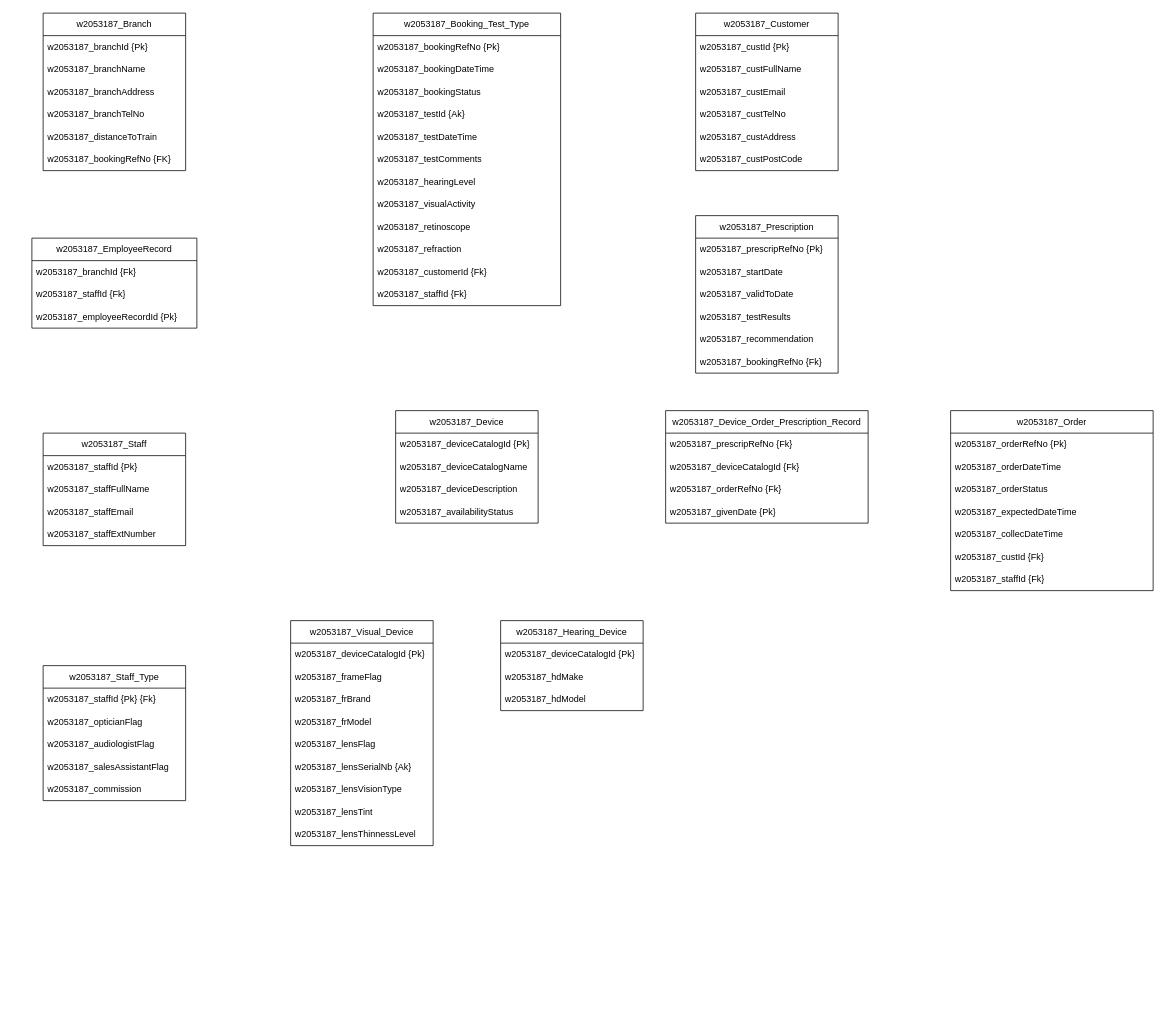
Earlier version of the draw.io diagram Part - II.drawio (ShenalSen/24_5COSC020_CWK). Source tidied: cells renumbered, new cells numbered last; positions are measured from the earlier drawing's top-left corner, leaving out a move shared by most shapes. Both pictures are drawn from the tidied source at 75%, with x=0, y=0 at pixel (32, 13).
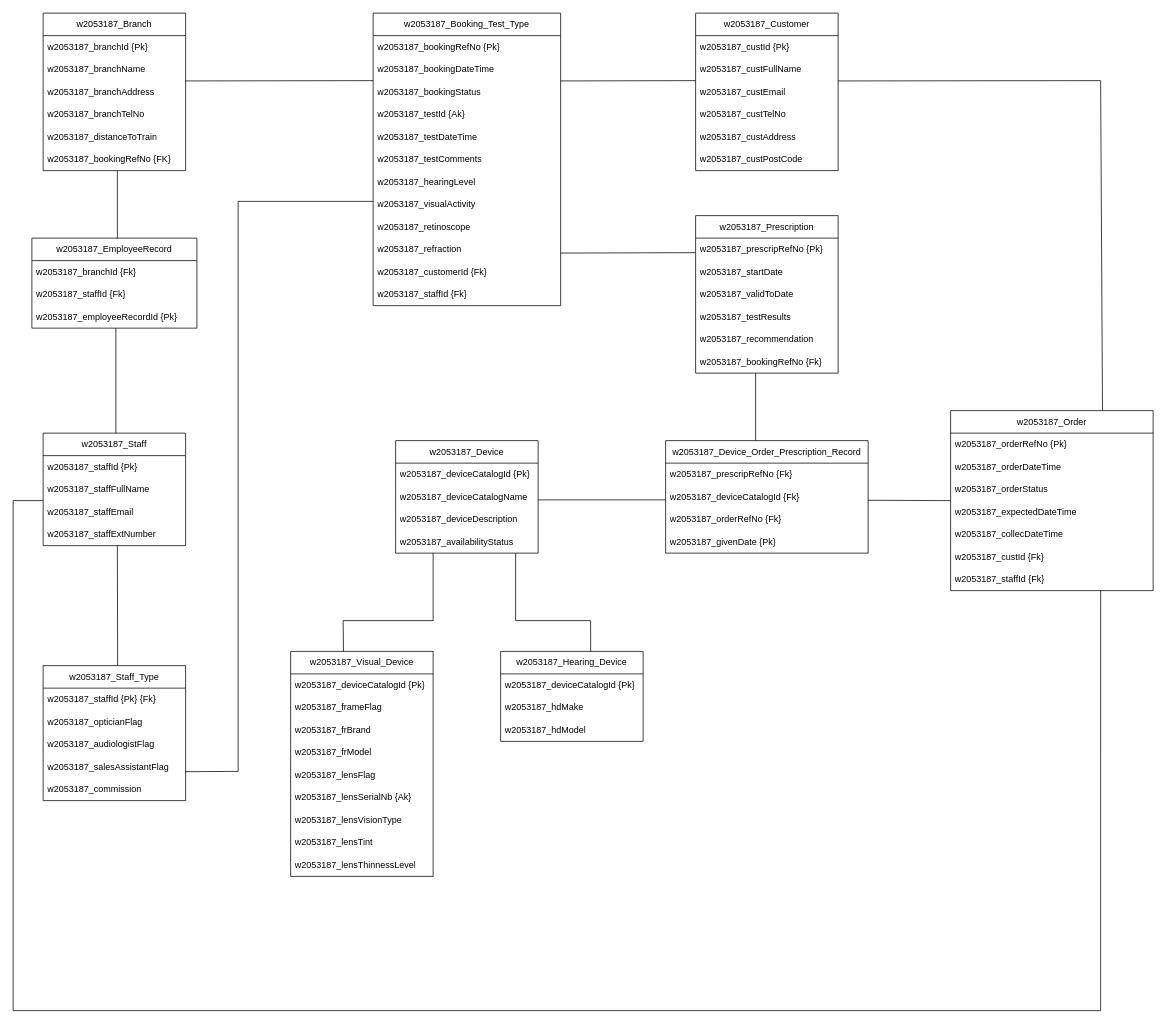
Above is the later version.

Unchanged cells that the change refers to:
```xml
<mxCell id="16" value="w2053187_staffEmail" style="text;strokeColor=none;fillColor=none;align=left;verticalAlign=middle;spacingLeft=4;spacingRight=4;overflow=hidden;points=[[0,0.5],[1,0.5]];portConstraint=eastwest;whiteSpace=wrap;html=1;" parent="13" vertex="1">
  <mxGeometry y="90" width="190" height="30" as="geometry" />
</mxCell>
<mxCell id="17" value="w2053187_staffExtNumber" style="text;strokeColor=none;fillColor=none;align=left;verticalAlign=middle;spacingLeft=4;spacingRight=4;overflow=hidden;points=[[0,0.5],[1,0.5]];portConstraint=eastwest;whiteSpace=wrap;html=1;" parent="13" vertex="1">
  <mxGeometry y="120" width="190" height="30" as="geometry" />
</mxCell>
<mxCell id="18" value="w2053187_Staff_Type" style="swimlane;fontStyle=0;horizontal=1;startSize=30;whiteSpace=wrap;html=1;" parent="1" vertex="1">
  <mxGeometry x="15" y="870" width="190" height="180" as="geometry" />
</mxCell>
<mxCell id="34" value="w2053187_refraction" style="text;strokeColor=none;fillColor=none;align=left;verticalAlign=middle;spacingLeft=4;spacingRight=4;overflow=hidden;points=[[0,0.5],[1,0.5]];portConstraint=eastwest;whiteSpace=wrap;html=1;" parent="24" vertex="1">
  <mxGeometry y="300" width="250" height="30" as="geometry" />
</mxCell>
<mxCell id="57" value="w2053187_prescripRefNo {Pk}" style="text;strokeColor=none;fillColor=none;align=left;verticalAlign=middle;spacingLeft=4;spacingRight=4;overflow=hidden;points=[[0,0.5],[1,0.5]];portConstraint=eastwest;whiteSpace=wrap;html=1;" parent="56" vertex="1">
  <mxGeometry y="30" width="190" height="30" as="geometry" />
</mxCell>
<mxCell id="68" value="w2053187_Order" style="swimlane;fontStyle=0;horizontal=1;startSize=30;whiteSpace=wrap;html=1;" parent="1" vertex="1">
  <mxGeometry x="1225" y="530" width="270" height="240" as="geometry" />
</mxCell>
<mxCell id="72" value="w2053187_expectedDateTime" style="text;strokeColor=none;fillColor=none;align=left;verticalAlign=middle;spacingLeft=4;spacingRight=4;overflow=hidden;points=[[0,0.5],[1,0.5]];portConstraint=eastwest;whiteSpace=wrap;html=1;" parent="68" vertex="1">
  <mxGeometry y="120" width="270" height="30" as="geometry" />
</mxCell>
<mxCell id="75" value="w2053187_staffId {Fk}" style="text;strokeColor=none;fillColor=none;align=left;verticalAlign=middle;spacingLeft=4;spacingRight=4;overflow=hidden;points=[[0,0.5],[1,0.5]];portConstraint=eastwest;whiteSpace=wrap;html=1;" parent="68" vertex="1">
  <mxGeometry y="210" width="270" height="30" as="geometry" />
</mxCell>
```

Diff of the diagram source:
```diff
@@
     <mxCell id="37" value="w2053187_Device" style="swimlane;fontStyle=0;horizontal=1;startSize=30;whiteSpace=wrap;html=1;" parent="1" vertex="1">
-      <mxGeometry x="485" y="530" width="190" height="150" as="geometry" />
+      <mxGeometry x="485" y="570" width="190" height="150" as="geometry" />
     </mxCell>
@@
     <mxCell id="42" value="w2053187_Visual_Device" style="swimlane;fontStyle=0;horizontal=1;startSize=30;whiteSpace=wrap;html=1;" parent="1" vertex="1">
-      <mxGeometry x="345" y="810" width="190" height="300" as="geometry" />
+      <mxGeometry x="345" y="851" width="190" height="300" as="geometry" />
     </mxCell>
@@
+    <mxCell id="83" style="endArrow=none;html=1;rounded=0;" parent="42" edge="1">
+      <mxGeometry relative="1" as="geometry">
+        <mxPoint x="-140" y="160.4" as="sourcePoint" />
+        <mxPoint x="110" y="-600" as="targetPoint" />
+        <Array as="points">
+          <mxPoint x="-70" y="160" />
+          <mxPoint x="-70" y="-600" />
+        </Array>
+      </mxGeometry>
+    </mxCell>
@@
     <mxCell id="52" value="w2053187_Hearing_Device" style="swimlane;fontStyle=0;horizontal=1;startSize=30;whiteSpace=wrap;html=1;" parent="1" vertex="1">
-      <mxGeometry x="625" y="810" width="190" height="120" as="geometry" />
+      <mxGeometry x="625" y="851" width="190" height="120" as="geometry" />
     </mxCell>
@@
     <mxCell id="63" value="w2053187_Device_Order_Prescription_Record" style="swimlane;fontStyle=0;horizontal=1;startSize=30;whiteSpace=wrap;html=1;" parent="1" vertex="1">
-      <mxGeometry x="845" y="530" width="270" height="150" as="geometry" />
+      <mxGeometry x="845" y="570" width="270" height="150" as="geometry" />
     </mxCell>
@@
+    <mxCell id="84" style="endArrow=none;html=1;rounded=0;exitX=1;exitY=0.5;exitDx=0;exitDy=0;entryX=0;entryY=0;entryDx=0;entryDy=0;entryPerimeter=0;" parent="68" edge="1" target="72">
+      <mxGeometry relative="1" as="geometry">
+        <mxPoint x="-110" y="119.5" as="sourcePoint" />
+      </mxGeometry>
+    </mxCell>
@@
+    <mxCell id="85" style="endArrow=none;html=1;rounded=0;exitX=0.5;exitY=0;exitDx=0;exitDy=0;entryX=0.5;entryY=1;entryDx=0;entryDy=0;entryPerimeter=0;" parent="1" edge="1">
+      <mxGeometry relative="1" as="geometry">
+        <mxPoint x="114" y="300" as="sourcePoint" />
+        <mxPoint x="114" y="210" as="targetPoint" />
+      </mxGeometry>
+    </mxCell>
+    <mxCell id="86" style="endArrow=none;html=1;rounded=0;entryX=0.5;entryY=1;entryDx=0;entryDy=0;entryPerimeter=0;" parent="1" edge="1">
+      <mxGeometry relative="1" as="geometry">
+        <mxPoint x="112" y="560" as="sourcePoint" />
+        <mxPoint x="112" y="420" as="targetPoint" />
+      </mxGeometry>
+    </mxCell>
+    <mxCell id="87" style="endArrow=none;html=1;rounded=0;entryX=0.521;entryY=1.009;entryDx=0;entryDy=0;entryPerimeter=0;exitX=0.523;exitY=-0.001;exitDx=0;exitDy=0;exitPerimeter=0;" parent="1" edge="1" source="18" target="17">
+      <mxGeometry relative="1" as="geometry" />
+    </mxCell>
+    <mxCell id="88" style="endArrow=none;html=1;rounded=0;" parent="1" edge="1">
+      <mxGeometry relative="1" as="geometry">
+        <mxPoint x="205" y="90.4" as="sourcePoint" />
+        <mxPoint x="455" y="90" as="targetPoint" />
+      </mxGeometry>
+    </mxCell>
+    <mxCell id="89" style="endArrow=none;html=1;rounded=0;" parent="1" edge="1">
+      <mxGeometry relative="1" as="geometry">
+        <mxPoint x="705" y="90.4" as="sourcePoint" />
+        <mxPoint x="885" y="90" as="targetPoint" />
+      </mxGeometry>
+    </mxCell>
+    <mxCell id="90" style="endArrow=none;html=1;rounded=0;entryX=-0.001;entryY=0.646;entryDx=0;entryDy=0;entryPerimeter=0;exitX=1.001;exitY=0.665;exitDx=0;exitDy=0;exitPerimeter=0;" parent="1" edge="1" source="34" target="57">
+      <mxGeometry relative="1" as="geometry" />
+    </mxCell>
+    <mxCell id="91" style="endArrow=none;html=1;rounded=0;exitX=1;exitY=0.5;exitDx=0;exitDy=0;entryX=0;entryY=0.5;entryDx=0;entryDy=0;" parent="1" edge="1">
+      <mxGeometry relative="1" as="geometry">
+        <mxPoint x="675" y="649" as="sourcePoint" />
+        <mxPoint x="845" y="649" as="targetPoint" />
+      </mxGeometry>
+    </mxCell>
+    <mxCell id="92" style="endArrow=none;html=1;rounded=0;entryX=0.521;entryY=1.009;entryDx=0;entryDy=0;entryPerimeter=0;" parent="1" edge="1">
+      <mxGeometry relative="1" as="geometry">
+        <mxPoint x="965" y="570" as="sourcePoint" />
+        <mxPoint x="965" y="480" as="targetPoint" />
+      </mxGeometry>
+    </mxCell>
+    <mxCell id="93" style="endArrow=none;html=1;rounded=0;entryX=0.75;entryY=0;entryDx=0;entryDy=0;" parent="1" edge="1" target="68">
+      <mxGeometry relative="1" as="geometry">
+        <mxPoint x="1075" y="90.4" as="sourcePoint" />
+        <Array as="points">
+          <mxPoint x="1425" y="90" />
+        </Array>
+      </mxGeometry>
+    </mxCell>
+    <mxCell id="94" style="endArrow=none;html=1;rounded=0;entryX=0.521;entryY=1.009;entryDx=0;entryDy=0;entryPerimeter=0;exitX=0.371;exitY=0.001;exitDx=0;exitDy=0;exitPerimeter=0;" parent="1" edge="1" source="42">
+      <mxGeometry relative="1" as="geometry">
+        <mxPoint x="535" y="720" as="targetPoint" />
+        <Array as="points">
+          <mxPoint x="415" y="810" />
+          <mxPoint x="535" y="810" />
+        </Array>
+      </mxGeometry>
+    </mxCell>
+    <mxCell id="95" style="endArrow=none;html=1;rounded=0;entryX=0.521;entryY=1.009;entryDx=0;entryDy=0;entryPerimeter=0;exitX=0.632;exitY=0.002;exitDx=0;exitDy=0;exitPerimeter=0;" parent="1" edge="1" source="52">
+      <mxGeometry relative="1" as="geometry">
+        <mxPoint x="645" y="720" as="targetPoint" />
+        <Array as="points">
+          <mxPoint x="745" y="810" />
+          <mxPoint x="645" y="810" />
+        </Array>
+      </mxGeometry>
+    </mxCell>
+    <mxCell id="96" style="endArrow=none;html=1;rounded=0;entryX=0.741;entryY=1.006;entryDx=0;entryDy=0;entryPerimeter=0;exitX=0;exitY=0;exitDx=0;exitDy=0;exitPerimeter=0;" parent="1" edge="1" source="16" target="75">
+      <mxGeometry relative="1" as="geometry">
+        <Array as="points">
+          <mxPoint x="-25" y="650" />
+          <mxPoint x="-25" y="1330" />
+          <mxPoint x="1425" y="1330" />
+        </Array>
+      </mxGeometry>
+    </mxCell>
```
